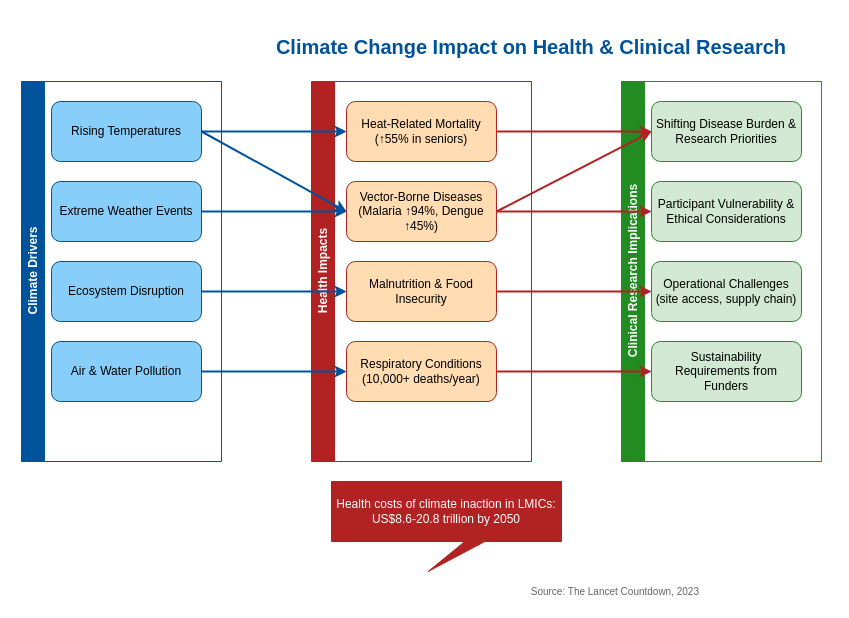
Before: diagrams/climate_health_impact_flow.drawio in Logic06183/Task_presentation, a draw.io diagram. Source tidied: cells renumbered, new cells numbered last; positions are measured from the earlier drawing's top-left corner, leaving out a move shared by most shapes. Both pictures are drawn from the tidied source at 100%, with x=0, y=0 at pixel (21, 31).
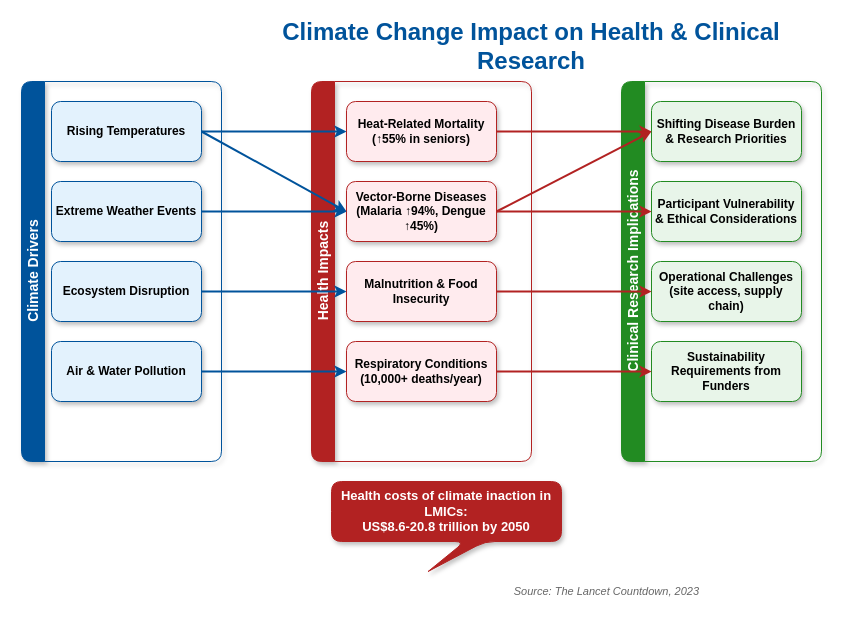
Above is the later version.

Diff of the diagram source:
```diff
@@
-    <mxCell id="2" value="&lt;font style=&quot;font-size: 20px;&quot;&gt;&lt;b&gt;Climate Change Impact on Health &amp; Clinical Research&lt;/b&gt;&lt;/font&gt;" style="text;html=1;strokeColor=none;fillColor=none;align=center;verticalAlign=middle;whiteSpace=wrap;rounded=0;fontColor=#00539B;" parent="1" vertex="1">
+    <mxCell id="2" value="&lt;font style=&quot;font-size: 24px;&quot; face=&quot;Arial&quot;&gt;&lt;b&gt;Climate Change Impact on Health &amp; Clinical Research&lt;/b&gt;&lt;/font&gt;" style="text;html=1;strokeColor=none;fillColor=none;align=center;verticalAlign=middle;whiteSpace=wrap;rounded=0;fontColor=#00539B;shadow=0;" parent="1" vertex="1">
       <mxGeometry x="210" width="600" height="30" as="geometry" />
     </mxCell>
-    <mxCell id="3" value="&lt;b&gt;Climate Drivers&lt;/b&gt;" style="swimlane;horizontal=0;whiteSpace=wrap;html=1;fillColor=#00539B;fontColor=#FFFFFF;strokeColor=#00539B;" parent="1" vertex="1">
+    <mxCell id="3" value="&lt;b&gt;&lt;font style=&quot;font-size: 14px;&quot; face=&quot;Arial&quot;&gt;Climate Drivers&lt;/font&gt;&lt;/b&gt;" style="swimlane;horizontal=0;whiteSpace=wrap;html=1;fillColor=#00539B;fontColor=#FFFFFF;strokeColor=#00539B;shadow=1;rounded=1;" parent="1" vertex="1">
       <mxGeometry y="50" width="200" height="380" as="geometry" />
     </mxCell>
-    <mxCell id="4" value="Rising Temperatures" style="rounded=1;whiteSpace=wrap;html=1;fillColor=#87CEFA;strokeColor=#00539B;fontColor=#000000;" parent="3" vertex="1">
+    <mxCell id="4" value="&lt;font face=&quot;Arial&quot;&gt;&lt;b&gt;Rising Temperatures&lt;/b&gt;&lt;/font&gt;" style="rounded=1;whiteSpace=wrap;html=1;fillColor=#E3F2FD;strokeColor=#00539B;fontColor=#000000;shadow=1;" parent="3" vertex="1">
       <mxGeometry x="30" y="20" width="150" height="60" as="geometry" />
     </mxCell>
-    <mxCell id="5" value="&lt;font&gt;Extreme Weather Events&lt;/font&gt;" style="rounded=1;whiteSpace=wrap;html=1;fillColor=#87CEFA;strokeColor=#00539B;fontColor=#000000;" parent="3" vertex="1">
+    <mxCell id="5" value="&lt;font face=&quot;Arial&quot;&gt;&lt;b&gt;Extreme Weather Events&lt;/b&gt;&lt;/font&gt;" style="rounded=1;whiteSpace=wrap;html=1;fillColor=#E3F2FD;strokeColor=#00539B;fontColor=#000000;shadow=1;" parent="3" vertex="1">
       <mxGeometry x="30" y="100" width="150" height="60" as="geometry" />
     </mxCell>
-    <mxCell id="6" value="Ecosystem Disruption" style="rounded=1;whiteSpace=wrap;html=1;fillColor=#87CEFA;strokeColor=#00539B;fontColor=#000000;" parent="3" vertex="1">
+    <mxCell id="6" value="&lt;font face=&quot;Arial&quot;&gt;&lt;b&gt;Ecosystem Disruption&lt;/b&gt;&lt;/font&gt;" style="rounded=1;whiteSpace=wrap;html=1;fillColor=#E3F2FD;strokeColor=#00539B;fontColor=#000000;shadow=1;" parent="3" vertex="1">
       <mxGeometry x="30" y="180" width="150" height="60" as="geometry" />
     </mxCell>
-    <mxCell id="7" value="&lt;font&gt;Air &amp; Water Pollution&lt;/font&gt;" style="rounded=1;whiteSpace=wrap;html=1;fillColor=#87CEFA;strokeColor=#00539B;fontColor=#000000;" parent="3" vertex="1">
+    <mxCell id="7" value="&lt;font face=&quot;Arial&quot;&gt;&lt;b&gt;Air &amp; Water Pollution&lt;/b&gt;&lt;/font&gt;" style="rounded=1;whiteSpace=wrap;html=1;fillColor=#E3F2FD;strokeColor=#00539B;fontColor=#000000;shadow=1;" parent="3" vertex="1">
       <mxGeometry x="30" y="260" width="150" height="60" as="geometry" />
     </mxCell>
-    <mxCell id="8" value="&lt;b&gt;Health Impacts&lt;/b&gt;" style="swimlane;horizontal=0;whiteSpace=wrap;html=1;fillColor=#B22222;fontColor=#FFFFFF;strokeColor=#B22222;" parent="1" vertex="1">
+    <mxCell id="8" value="&lt;b&gt;&lt;font style=&quot;font-size: 14px;&quot; face=&quot;Arial&quot;&gt;Health Impacts&lt;/font&gt;&lt;/b&gt;" style="swimlane;horizontal=0;whiteSpace=wrap;html=1;fillColor=#B22222;fontColor=#FFFFFF;strokeColor=#B22222;shadow=1;rounded=1;" parent="1" vertex="1">
       <mxGeometry x="290" y="50" width="220" height="380" as="geometry" />
     </mxCell>
-    <mxCell id="9" value="Heat-Related Mortality &lt;br&gt;(↑55% in seniors)" style="rounded=1;whiteSpace=wrap;html=1;fillColor=#FF8C00;strokeColor=#B22222;fontColor=#000000;fillOpacity=30;" parent="8" vertex="1">
+    <mxCell id="9" value="&lt;font face=&quot;Arial&quot;&gt;&lt;b&gt;Heat-Related Mortality &lt;br&gt;(↑55% in seniors)&lt;/b&gt;&lt;/font&gt;" style="rounded=1;whiteSpace=wrap;html=1;fillColor=#FFEBEE;strokeColor=#B22222;fontColor=#000000;shadow=1;" parent="8" vertex="1">
       <mxGeometry x="35" y="20" width="150" height="60" as="geometry" />
     </mxCell>
-    <mxCell id="10" value="Vector-Borne Diseases&lt;br&gt;(Malaria ↑94%, Dengue ↑45%)" style="rounded=1;whiteSpace=wrap;html=1;fillColor=#FF8C00;strokeColor=#B22222;fontColor=#000000;fillOpacity=30;" parent="8" vertex="1">
+    <mxCell id="10" value="&lt;font face=&quot;Arial&quot;&gt;&lt;b&gt;Vector-Borne Diseases&lt;br&gt;(Malaria ↑94%, Dengue ↑45%)&lt;/b&gt;&lt;/font&gt;" style="rounded=1;whiteSpace=wrap;html=1;fillColor=#FFEBEE;strokeColor=#B22222;fontColor=#000000;shadow=1;" parent="8" vertex="1">
       <mxGeometry x="35" y="100" width="150" height="60" as="geometry" />
     </mxCell>
-    <mxCell id="11" value="Malnutrition &amp; Food Insecurity" style="rounded=1;whiteSpace=wrap;html=1;fillColor=#FF8C00;strokeColor=#B22222;fontColor=#000000;fillOpacity=30;" parent="8" vertex="1">
+    <mxCell id="11" value="&lt;font face=&quot;Arial&quot;&gt;&lt;b&gt;Malnutrition &amp; Food Insecurity&lt;/b&gt;&lt;/font&gt;" style="rounded=1;whiteSpace=wrap;html=1;fillColor=#FFEBEE;strokeColor=#B22222;fontColor=#000000;shadow=1;" parent="8" vertex="1">
       <mxGeometry x="35" y="180" width="150" height="60" as="geometry" />
     </mxCell>
-    <mxCell id="12" value="Respiratory Conditions &lt;br&gt;(10,000+ deaths/year)" style="rounded=1;whiteSpace=wrap;html=1;fillColor=#FF8C00;strokeColor=#B22222;fontColor=#000000;fillOpacity=30;" parent="8" vertex="1">
+    <mxCell id="12" value="&lt;font face=&quot;Arial&quot;&gt;&lt;b&gt;Respiratory Conditions &lt;br&gt;(10,000+ deaths/year)&lt;/b&gt;&lt;/font&gt;" style="rounded=1;whiteSpace=wrap;html=1;fillColor=#FFEBEE;strokeColor=#B22222;fontColor=#000000;shadow=1;" parent="8" vertex="1">
       <mxGeometry x="35" y="260" width="150" height="60" as="geometry" />
     </mxCell>
-    <mxCell id="13" value="&lt;b&gt;Clinical Research Implications&lt;/b&gt;" style="swimlane;horizontal=0;whiteSpace=wrap;html=1;fillColor=#228B22;fontColor=#FFFFFF;strokeColor=#228B22;" parent="1" vertex="1">
+    <mxCell id="13" value="&lt;b&gt;&lt;font style=&quot;font-size: 14px;&quot; face=&quot;Arial&quot;&gt;Clinical Research Implications&lt;/font&gt;&lt;/b&gt;" style="swimlane;horizontal=0;whiteSpace=wrap;html=1;fillColor=#228B22;fontColor=#FFFFFF;strokeColor=#228B22;shadow=1;rounded=1;" parent="1" vertex="1">
       <mxGeometry x="600" y="50" width="200" height="380" as="geometry" />
     </mxCell>
-    <mxCell id="14" value="Shifting Disease Burden &amp; Research Priorities" style="rounded=1;whiteSpace=wrap;html=1;fillColor=#228B22;strokeColor=#228B22;fontColor=#000000;fillOpacity=20;" parent="13" vertex="1">
+    <mxCell id="14" value="&lt;font face=&quot;Arial&quot;&gt;&lt;b&gt;Shifting Disease Burden &amp; Research Priorities&lt;/b&gt;&lt;/font&gt;" style="rounded=1;whiteSpace=wrap;html=1;fillColor=#E8F5E9;strokeColor=#228B22;fontColor=#000000;shadow=1;" parent="13" vertex="1">
       <mxGeometry x="30" y="20" width="150" height="60" as="geometry" />
     </mxCell>
-    <mxCell id="15" value="Participant Vulnerability &amp; Ethical Considerations" style="rounded=1;whiteSpace=wrap;html=1;fillColor=#228B22;strokeColor=#228B22;fontColor=#000000;fillOpacity=20;" parent="13" vertex="1">
+    <mxCell id="15" value="&lt;font face=&quot;Arial&quot;&gt;&lt;b&gt;Participant Vulnerability &amp; Ethical Considerations&lt;/b&gt;&lt;/font&gt;" style="rounded=1;whiteSpace=wrap;html=1;fillColor=#E8F5E9;strokeColor=#228B22;fontColor=#000000;shadow=1;" parent="13" vertex="1">
       <mxGeometry x="30" y="100" width="150" height="60" as="geometry" />
     </mxCell>
-    <mxCell id="16" value="Operational Challenges (site access, supply chain)" style="rounded=1;whiteSpace=wrap;html=1;fillColor=#228B22;strokeColor=#228B22;fontColor=#000000;fillOpacity=20;" parent="13" vertex="1">
+    <mxCell id="16" value="&lt;font face=&quot;Arial&quot;&gt;&lt;b&gt;Operational Challenges (site access, supply chain)&lt;/b&gt;&lt;/font&gt;" style="rounded=1;whiteSpace=wrap;html=1;fillColor=#E8F5E9;strokeColor=#228B22;fontColor=#000000;shadow=1;" parent="13" vertex="1">
       <mxGeometry x="30" y="180" width="150" height="60" as="geometry" />
     </mxCell>
-    <mxCell id="17" value="Sustainability Requirements from Funders" style="rounded=1;whiteSpace=wrap;html=1;fillColor=#228B22;strokeColor=#228B22;fontColor=#000000;fillOpacity=20;" parent="13" vertex="1">
+    <mxCell id="17" value="&lt;font face=&quot;Arial&quot;&gt;&lt;b&gt;Sustainability Requirements from Funders&lt;/b&gt;&lt;/font&gt;" style="rounded=1;whiteSpace=wrap;html=1;fillColor=#E8F5E9;strokeColor=#228B22;fontColor=#000000;shadow=1;" parent="13" vertex="1">
       <mxGeometry x="30" y="260" width="150" height="60" as="geometry" />
     </mxCell>
@@
-    <mxCell id="28" value="Health costs of climate inaction in LMICs:&#10;US$8.6-20.8 trillion by 2050" style="shape=callout;whiteSpace=wrap;html=1;perimeter=calloutPerimeter;position2=0.42;fillColor=#B22222;fontColor=#FFFFFF;strokeColor=#B22222;base=20;size=30;position=0.58;" parent="1" vertex="1">
+    <mxCell id="28" value="Health costs of climate inaction in LMICs:&#10;US$8.6-20.8 trillion by 2050" style="shape=callout;whiteSpace=wrap;html=1;perimeter=calloutPerimeter;position2=0.42;fillColor=#B22222;fontColor=#FFFFFF;strokeColor=#B22222;base=20;size=30;position=0.58;fontFamily=Arial;fontStyle=1;fontSize=13;rounded=1;shadow=1;" parent="1" vertex="1">
       <mxGeometry x="310" y="450" width="230" height="90" as="geometry" />
     </mxCell>
-    <mxCell id="29" value="Source: The Lancet Countdown, 2023" style="text;html=1;strokeColor=none;fillColor=none;align=right;verticalAlign=middle;whiteSpace=wrap;rounded=0;fontColor=#666666;fontSize=10;" parent="1" vertex="1">
+    <mxCell id="29" value="Source: The Lancet Countdown, 2023" style="text;html=1;strokeColor=none;fillColor=none;align=right;verticalAlign=middle;whiteSpace=wrap;rounded=0;fontColor=#666666;fontSize=11;fontStyle=2;fontFamily=Arial;" parent="1" vertex="1">
       <mxGeometry x="430" y="550" width="250" height="20" as="geometry" />
     </mxCell>
```
